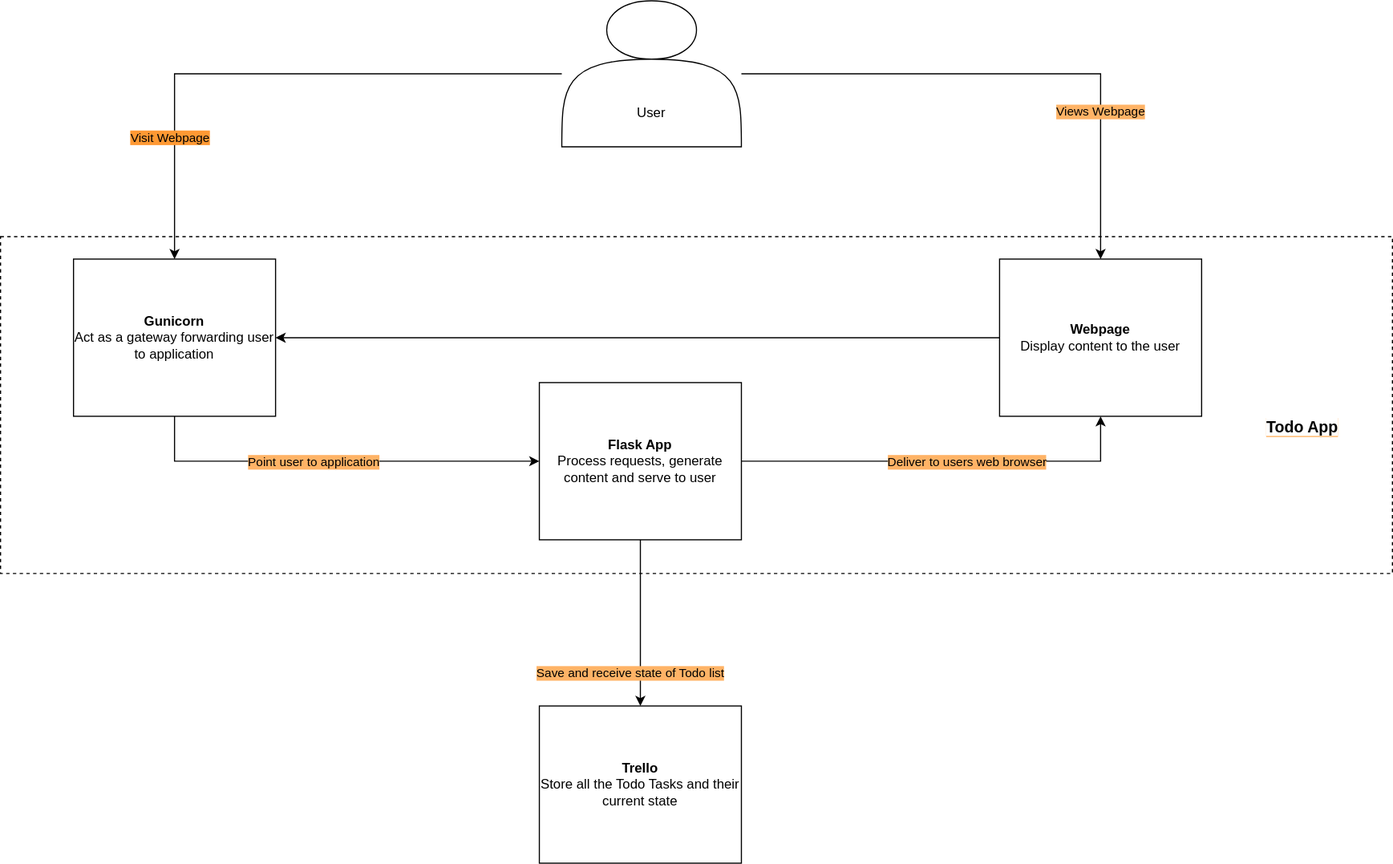
The draw.io diagram documentation/Container.svg in Karrot96/DevOps-Course-Starter, before a commit. Source tidied: cells renumbered, new cells last; positions are measured from the earlier drawing's top-left corner, leaving out a move shared by most shapes.
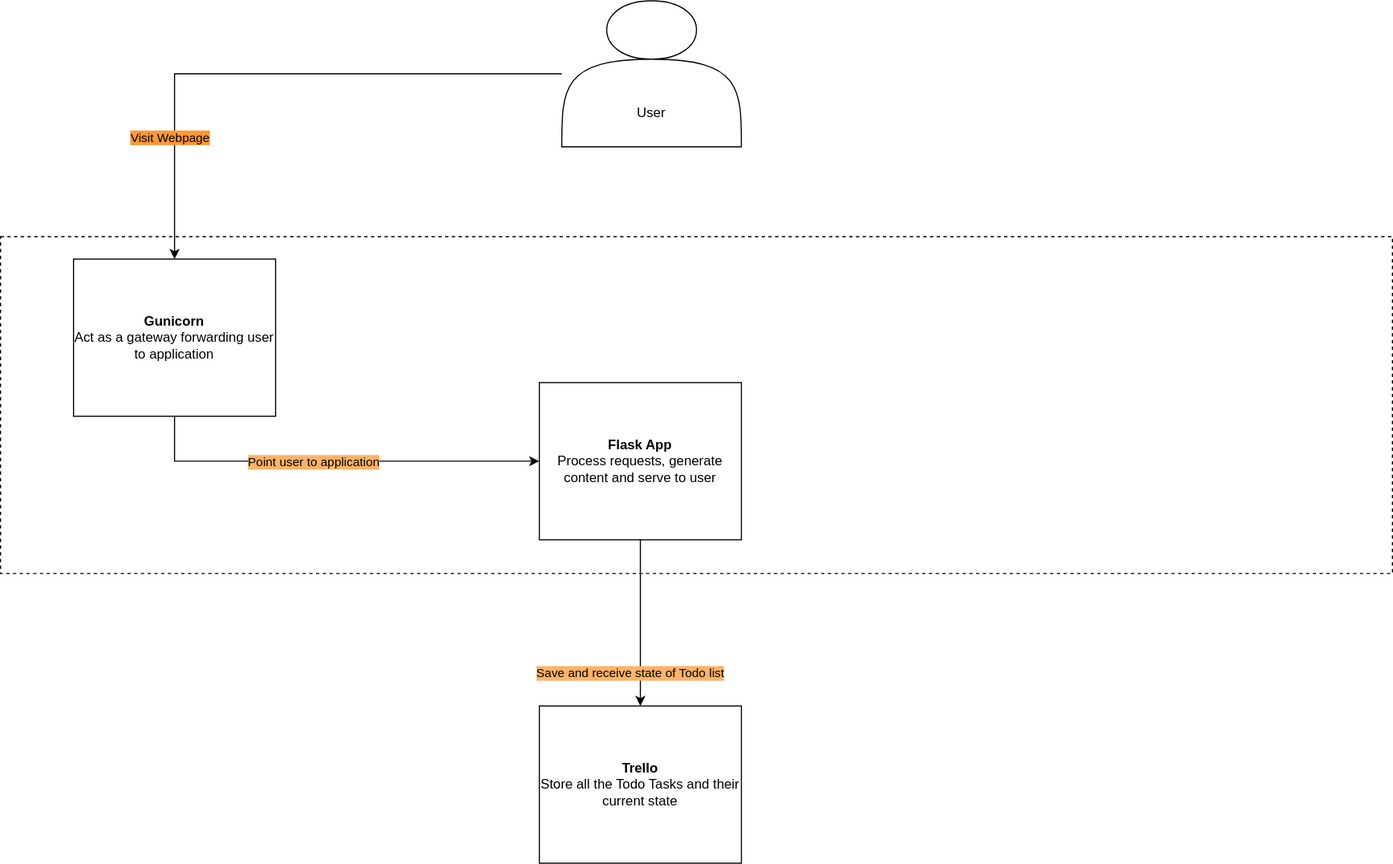
The same file after the commit.

Commit message:
Better Diagrams

The edit, as a diff of the source:
```diff
@@ -13,12 +13,6 @@
         <mxPoint x="-21" y="28" as="offset" />
       </mxGeometry>
     </mxCell>
-    <mxCell id="5" style="edgeStyle=orthogonalEdgeStyle;rounded=0;jettySize=auto;html=1;" parent="1" edge="1" source="7" target="18">
-      <mxGeometry relative="1" as="geometry" />
-    </mxCell>
-    <mxCell id="6" value="Views Webpage" style="edgeLabel;html=1;align=center;verticalAlign=middle;labelBackgroundColor=#FFB366;" parent="5" vertex="1">
-      <mxGeometry x="0.32" y="-33" relative="1" as="geometry" />
-    </mxCell>
     <mxCell id="7" style="shape=actor;whiteSpace=wrap;html=1;" parent="1" vertex="1">
       <mxGeometry x="500" width="160" height="130" as="geometry" />
     </mxCell>
@@ -40,18 +34,6 @@
     <mxCell id="11" value="&lt;div&gt;&lt;b&gt;Gunicorn&lt;br&gt;&lt;/b&gt;&lt;/div&gt;&lt;div&gt;Act as a gateway forwarding user to application&lt;br&gt;&lt;b&gt;&lt;/b&gt;&lt;/div&gt;" style="rounded=0;whiteSpace=wrap;html=1;" parent="1" vertex="1">
       <mxGeometry x="65" y="230" width="180" height="140" as="geometry" />
     </mxCell>
-    <mxCell id="12" style="edgeStyle=orthogonalEdgeStyle;rounded=0;jettySize=auto;html=1;" parent="1" edge="1" source="16" target="18">
-      <mxGeometry relative="1" as="geometry">
-        <Array as="points">
-          <mxPoint x="980" y="410" />
-        </Array>
-      </mxGeometry>
-    </mxCell>
-    <mxCell id="13" value="Deliver to users web browser" style="edgeLabel;html=1;align=center;verticalAlign=middle;labelBackgroundColor=#FFB366;" parent="12" vertex="1">
-      <mxGeometry x="0.28" y="3" relative="1" as="geometry">
-        <mxPoint x="-31" y="3" as="offset" />
-      </mxGeometry>
-    </mxCell>
     <mxCell id="14" style="edgeStyle=orthogonalEdgeStyle;rounded=0;jettySize=auto;html=1;entryX=0.5;entryY=0;entryDx=0;entryDy=0;" parent="1" edge="1" source="16" target="19">
       <mxGeometry relative="1" as="geometry" />
     </mxCell>
@@ -63,17 +45,8 @@
     <mxCell id="16" value="&lt;div&gt;&lt;b&gt;Flask App&lt;br&gt;&lt;/b&gt;&lt;/div&gt;&lt;div&gt;Process requests, generate content and serve to user&lt;br&gt;&lt;b&gt;&lt;/b&gt;&lt;/div&gt;" style="rounded=0;whiteSpace=wrap;html=1;" parent="1" vertex="1">
       <mxGeometry x="480" y="340" width="180" height="140" as="geometry" />
     </mxCell>
-    <mxCell id="17" style="edgeStyle=orthogonalEdgeStyle;rounded=0;jettySize=auto;html=1;" parent="1" edge="1" source="18" target="11">
-      <mxGeometry relative="1" as="geometry" />
-    </mxCell>
-    <mxCell id="18" value="&lt;div&gt;&lt;b&gt;Webpage&lt;br&gt;&lt;/b&gt;&lt;/div&gt;&lt;div&gt;Display content to the user&lt;br&gt;&lt;b&gt;&lt;/b&gt;&lt;/div&gt;" style="rounded=0;whiteSpace=wrap;html=1;" parent="1" vertex="1">
-      <mxGeometry x="890" y="230" width="180" height="140" as="geometry" />
-    </mxCell>
     <mxCell id="19" value="&lt;div&gt;&lt;b&gt;Trello&lt;br&gt;&lt;/b&gt;&lt;/div&gt;&lt;div&gt;&lt;span style=&quot;color: rgb(0 , 0 , 0) ; font-family: &amp;#34;helvetica&amp;#34; ; font-size: 12px ; font-style: normal ; font-weight: 400 ; letter-spacing: normal ; text-align: center ; text-indent: 0px ; text-transform: none ; word-spacing: 0px ; display: inline ; float: none&quot;&gt;Store all the Todo Tasks and their current state&lt;/span&gt;&lt;br&gt;&lt;b&gt;&lt;/b&gt;&lt;/div&gt;" style="rounded=0;whiteSpace=wrap;html=1;" parent="1" vertex="1">
       <mxGeometry x="480" y="628" width="180" height="140" as="geometry" />
     </mxCell>
-    <mxCell id="20" value="&lt;font style=&quot;font-size: 14px&quot;&gt;&lt;b&gt;&lt;span style=&quot;background-color: rgb(255 , 255 , 255)&quot;&gt;Todo App&lt;/span&gt;&lt;/b&gt;&lt;/font&gt;" style="text;html=1;strokeColor=none;fillColor=none;align=center;verticalAlign=middle;whiteSpace=wrap;rounded=0;dashed=1;labelBackgroundColor=#FFB366;" parent="1" vertex="1">
-      <mxGeometry x="1090" y="370" width="140" height="20" as="geometry" />
-    </mxCell>
   </root>
 </mxGraphModel>
```
